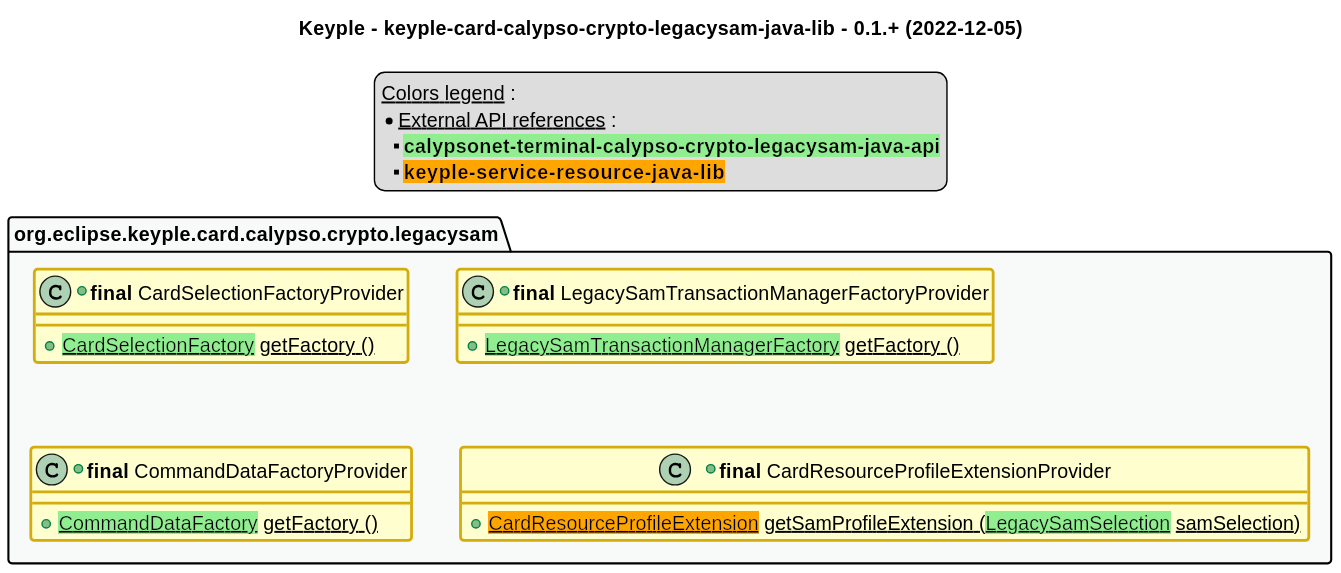
Earlier version of the PlantUML export src/main/uml/api_class_diagram.svg (eclipse-keyple/keyple-card-calypso-crypto-legacysam-java-lib). Its diagram source:
```plantuml
@startuml
title
    Keyple - keyple-card-calypso-crypto-legacysam-java-lib - 0.1.+ (2022-12-05)
end title


!define C_GREY1 F8F9F9
!define C_GREY2 F2F3F4
!define C_GREY3 E5E7E9
!define C_GREY4 D7DBDD
!define C_GREY5 CACFD2
!define C_GREY6 BDC3C7
!define C_LINK 3498DB
!define C_USE 27AE60

skinparam stereotypeABorderColor #A9DCDF
skinparam stereotypeIBorderColor #B4A7E5
skinparam stereotypeCBorderColor #ADD1B2
skinparam stereotypeEBorderColor #EB93DF

skinparam ClassBorderThickness 2
skinparam ArrowThickness 2

skinparam ClassBackgroundColor #FEFECE
skinparam ClassBorderColor #D4AC0D
skinparam ClassBackgroundColor<<red>> #FDEDEC
skinparam ClassBorderColor<<red>> #E74C3C
hide <<red>> stereotype
skinparam ClassBackgroundColor<<purple>> #F4ECF7
skinparam ClassBorderColor<<purple>> #8E44AD
hide <<purple>> stereotype
skinparam ClassBackgroundColor<<blue>> #EBF5FB
skinparam ClassBorderColor<<blue>> #3498DB
hide <<blue>> stereotype
skinparam ClassBackgroundColor<<green>> #E9F7EF
skinparam ClassBorderColor<<green>> #27AE60
hide <<green>> stereotype
skinparam ClassBackgroundColor<<grey>> #EAECEE
skinparam ClassBorderColor<<grey>> #2C3E50
hide <<grey>> stereotype


legend top
    __Colors legend__ :
    * __External API references__ :
    ** <back:lightgreen>**calypsonet-terminal-calypso-crypto-legacysam-java-api**</back>
    ** <back:orange>**keyple-service-resource-java-lib**</back>
end legend

package "org.eclipse.keyple.card.calypso.crypto.legacysam" as legacysam {
    +class "**final** CardSelectionFactoryProvider" as CardSelectionFactoryProvider {
        +{static} <back:lightgreen>CardSelectionFactory</back> getFactory ()
    }
    +class "**final** LegacySamTransactionManagerFactoryProvider" as LegacySamTransactionManagerFactoryProvider {
        +{static} <back:lightgreen>LegacySamTransactionManagerFactory</back> getFactory ()
    }
    +class "**final** CommandDataFactoryProvider" as CommandDataFactoryProvider {
        +{static} <back:lightgreen>CommandDataFactory</back> getFactory ()
    }
    +class "**final** CardResourceProfileExtensionProvider" as CardResourceProfileExtensionProvider {
        +{static} <back:orange>CardResourceProfileExtension</back> getSamProfileExtension (<back:lightgreen>LegacySamSelection</back> samSelection)
    }
}




package legacysam #C_GREY1 {}

@enduml
```
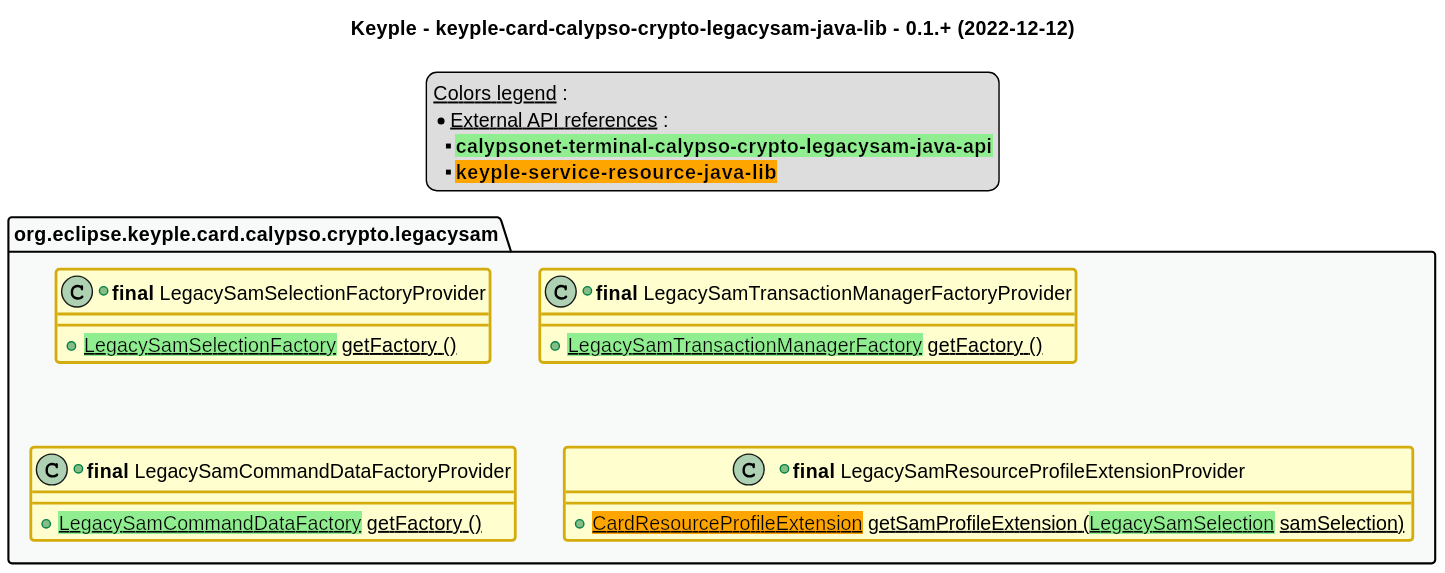
Later version of the same file.

Commit message:
refactor: class renaming

The edit, as a diff of the source:
```diff
@@ -1,6 +1,6 @@
 @startuml
 title
-    Keyple - keyple-card-calypso-crypto-legacysam-java-lib - 0.1.+ (2022-12-05)
+    Keyple - keyple-card-calypso-crypto-legacysam-java-lib - 0.1.+ (2022-12-12)
 end title
 
 
@@ -48,16 +48,16 @@
 end legend
 
 package "org.eclipse.keyple.card.calypso.crypto.legacysam" as legacysam {
-    +class "**final** CardSelectionFactoryProvider" as CardSelectionFactoryProvider {
-        +{static} <back:lightgreen>CardSelectionFactory</back> getFactory ()
+    +class "**final** LegacySamSelectionFactoryProvider" as LegacySamSelectionFactoryProvider {
+        +{static} <back:lightgreen>LegacySamSelectionFactory</back> getFactory ()
     }
     +class "**final** LegacySamTransactionManagerFactoryProvider" as LegacySamTransactionManagerFactoryProvider {
         +{static} <back:lightgreen>LegacySamTransactionManagerFactory</back> getFactory ()
     }
-    +class "**final** CommandDataFactoryProvider" as CommandDataFactoryProvider {
-        +{static} <back:lightgreen>CommandDataFactory</back> getFactory ()
+    +class "**final** LegacySamCommandDataFactoryProvider" as LegacySamCommandDataFactoryProvider {
+        +{static} <back:lightgreen>LegacySamCommandDataFactory</back> getFactory ()
     }
-    +class "**final** CardResourceProfileExtensionProvider" as CardResourceProfileExtensionProvider {
+    +class "**final** LegacySamResourceProfileExtensionProvider" as LegacySamResourceProfileExtensionProvider {
         +{static} <back:orange>CardResourceProfileExtension</back> getSamProfileExtension (<back:lightgreen>LegacySamSelection</back> samSelection)
     }
 }
```
